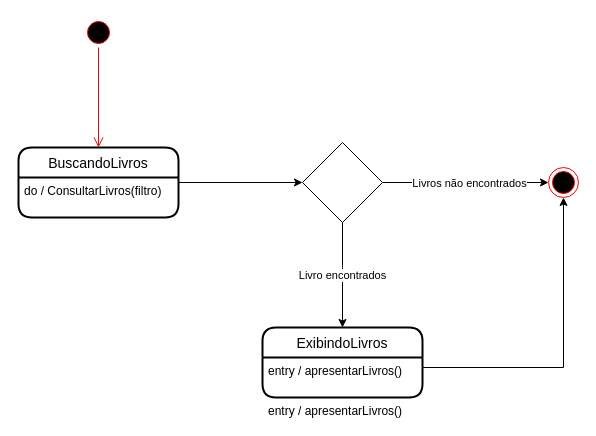
The draw.io diagram diagramMaquinaEstado.drawio in lucaspercisi/UFFS, before the edit. Source tidied: cells renumbered, new cells numbered last; positions are measured from the earlier drawing's top-left corner, leaving out a move shared by most shapes. Both pictures are drawn from the tidied source at 100%, with x=0, y=0 at pixel (18, 17).
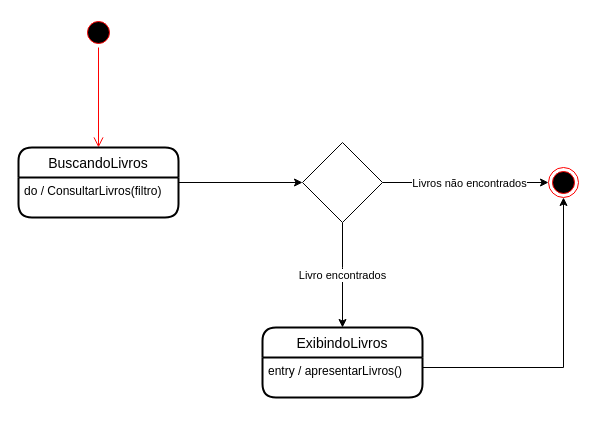
After the change.

What changed in the source:
```diff
@@
 <mxGraphModel>
   <root>
     <mxCell id="0" />
     <mxCell id="1" parent="0" />
     <mxCell id="2" style="ellipse;html=1;shape=startState;fillColor=#000000;strokeColor=#ff0000;" parent="1" vertex="1">
       <mxGeometry x="65" width="30" height="30" as="geometry" />
     </mxCell>
     <mxCell id="3" style="edgeStyle=orthogonalEdgeStyle;html=1;verticalAlign=bottom;endArrow=open;endSize=8;strokeColor=#ff0000;rounded=0;entryX=0.5;entryY=0;entryDx=0;entryDy=0;" parent="1" edge="1" source="2" target="13">
       <mxGeometry relative="1" as="geometry" />
     </mxCell>
     <mxCell id="4" style="ellipse;html=1;shape=endState;fillColor=#000000;strokeColor=#ff0000;" parent="1" vertex="1">
       <mxGeometry x="530" y="150" width="30" height="30" as="geometry" />
     </mxCell>
     <mxCell id="5" value="ExibindoLivros" style="swimlane;horizontal=1;startSize=30;rounded=1;fontSize=14;fontStyle=0;strokeWidth=2;shadow=0;dashed=0;align=center;" parent="1" vertex="1">
       <mxGeometry x="244" y="310" width="160" height="70" as="geometry" />
     </mxCell>
     <mxCell id="6" value="entry / apresentarLivros()" style="align=left;strokeColor=none;fillColor=none;spacingLeft=4;fontSize=12;verticalAlign=top;" parent="5" vertex="1">
       <mxGeometry y="30" width="160" height="40" as="geometry" />
     </mxCell>
-    <mxCell id="7" value="entry / apresentarLivros()" style="align=left;strokeColor=none;fillColor=none;spacingLeft=4;fontSize=12;verticalAlign=top;" parent="5" vertex="1">
-      <mxGeometry y="70" width="160" as="geometry" />
-    </mxCell>
     <mxCell id="8" value="Livro encontrados" style="edgeStyle=orthogonalEdgeStyle;rounded=0;jettySize=auto;html=1;exitX=0.5;exitY=1;exitDx=0;exitDy=0;entryX=0.5;entryY=0;entryDx=0;entryDy=0;" parent="1" edge="1" source="11" target="5">
       <mxGeometry relative="1" as="geometry">
         <Array as="points">
           <mxPoint x="324" y="250" />
           <mxPoint x="324" y="250" />
         </Array>
       </mxGeometry>
     </mxCell>
     <mxCell id="9" style="edgeStyle=orthogonalEdgeStyle;rounded=0;jettySize=auto;html=1;exitX=1;exitY=0.5;exitDx=0;exitDy=0;entryX=0;entryY=0.5;entryDx=0;entryDy=0;" parent="1" edge="1" source="11" target="4">
       <mxGeometry relative="1" as="geometry" />
     </mxCell>
     <mxCell id="10" value="Livros não encontrados" style="edgeLabel;html=1;align=center;verticalAlign=middle;" parent="9" vertex="1">
       <mxGeometry x="-0.24" y="-4" relative="1" as="geometry">
         <mxPoint x="23" y="-4" as="offset" />
       </mxGeometry>
     </mxCell>
     <mxCell id="11" style="rhombus;whiteSpace=wrap;html=1;" parent="1" vertex="1">
       <mxGeometry x="284" y="125" width="80" height="80" as="geometry" />
     </mxCell>
     <mxCell id="12" style="edgeStyle=orthogonalEdgeStyle;rounded=0;jettySize=auto;html=1;exitX=1;exitY=0.5;exitDx=0;exitDy=0;" parent="1" edge="1" source="13" target="11">
       <mxGeometry relative="1" as="geometry" />
     </mxCell>
     <mxCell id="13" value="BuscandoLivros" style="swimlane;horizontal=1;startSize=30;rounded=1;fontSize=14;fontStyle=0;strokeWidth=2;shadow=0;dashed=0;align=center;" parent="1" vertex="1">
       <mxGeometry y="130" width="160" height="70" as="geometry" />
     </mxCell>
     <mxCell id="14" value="do / ConsultarLivros(filtro)" style="align=left;strokeColor=none;fillColor=none;spacingLeft=4;fontSize=12;verticalAlign=top;" parent="13" vertex="1">
       <mxGeometry y="30" width="160" height="40" as="geometry" />
     </mxCell>
     <mxCell id="15" style="edgeStyle=orthogonalEdgeStyle;rounded=0;jettySize=auto;html=1;exitX=1;exitY=0.25;exitDx=0;exitDy=0;entryX=0.5;entryY=1;entryDx=0;entryDy=0;" parent="1" edge="1" source="6" target="4">
       <mxGeometry relative="1" as="geometry" />
     </mxCell>
   </root>
 </mxGraphModel>
```
